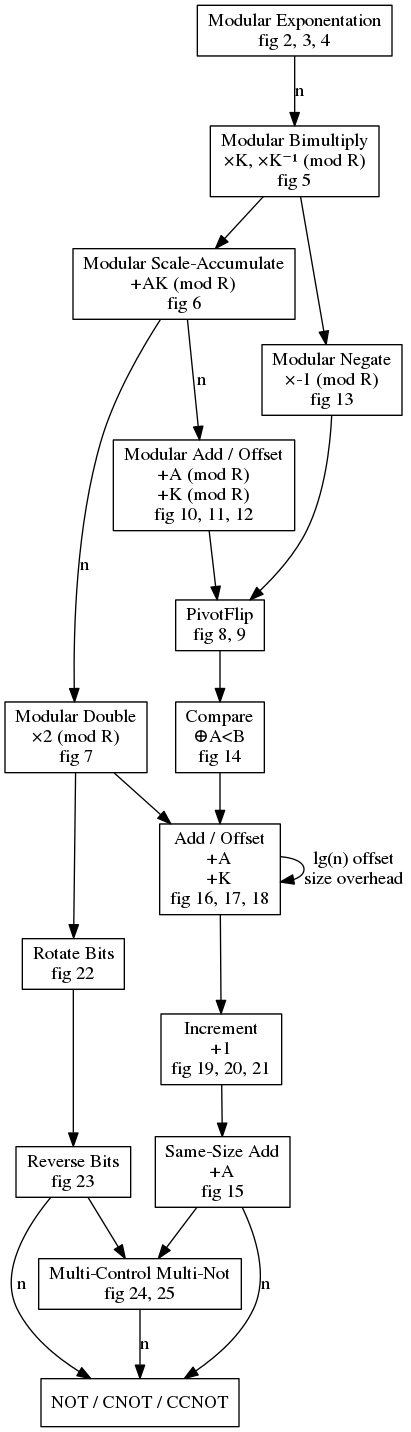
This is doc/assets/dependencies.png from Strilanc/PaperImpl-2017-DirtyPeriodFinding, a Graphviz export, as it was before one commit. Its source is kept beside it as doc/assets/dependencies.gv.
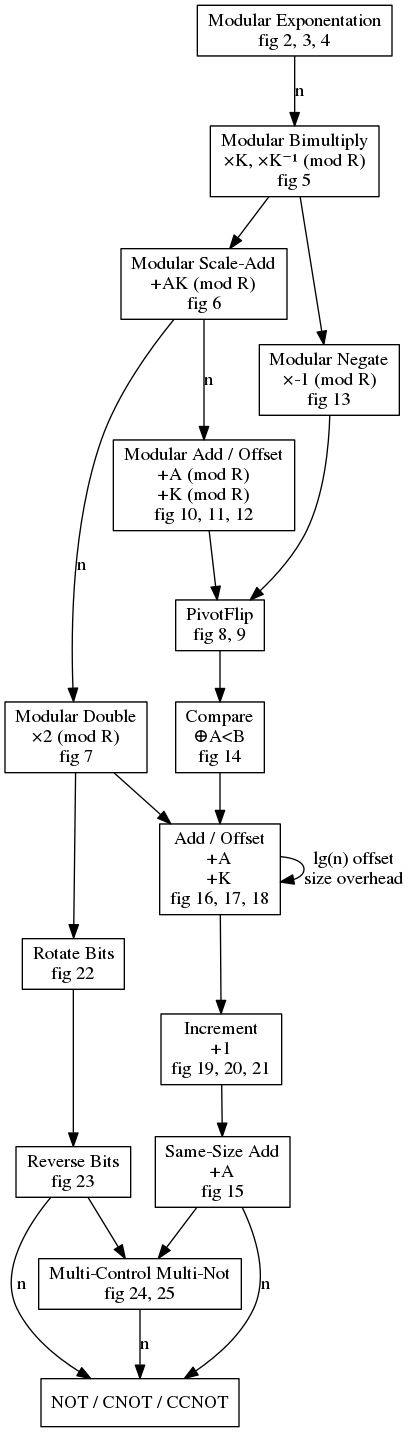
After the commit.

What changed in the source:
```diff
@@ -4,7 +4,7 @@
 
   PeriodFinding [label="Modular Exponentation\nfig 2, 3, 4"]
   ModularPairedMultiply [label="Modular Bimultiply\n×K, ×K⁻¹ (mod R)\nfig 5"]
-  ModularMultiplyAccumulate [label="Modular Scale-Accumulate\n+AK (mod R)\nfig 6"]
+  ModularMultiplyAccumulate [label="Modular Scale-Add\n+AK (mod R)\nfig 6"]
   ModularDouble [label="Modular Double\n×2 (mod R)\nfig 7"]
   PivotFlip [label="PivotFlip\nfig 8, 9"]
   ModularAdd [label="Modular Add / Offset\n+A (mod R)\n+K (mod R)\nfig 10, 11, 12"]
```
